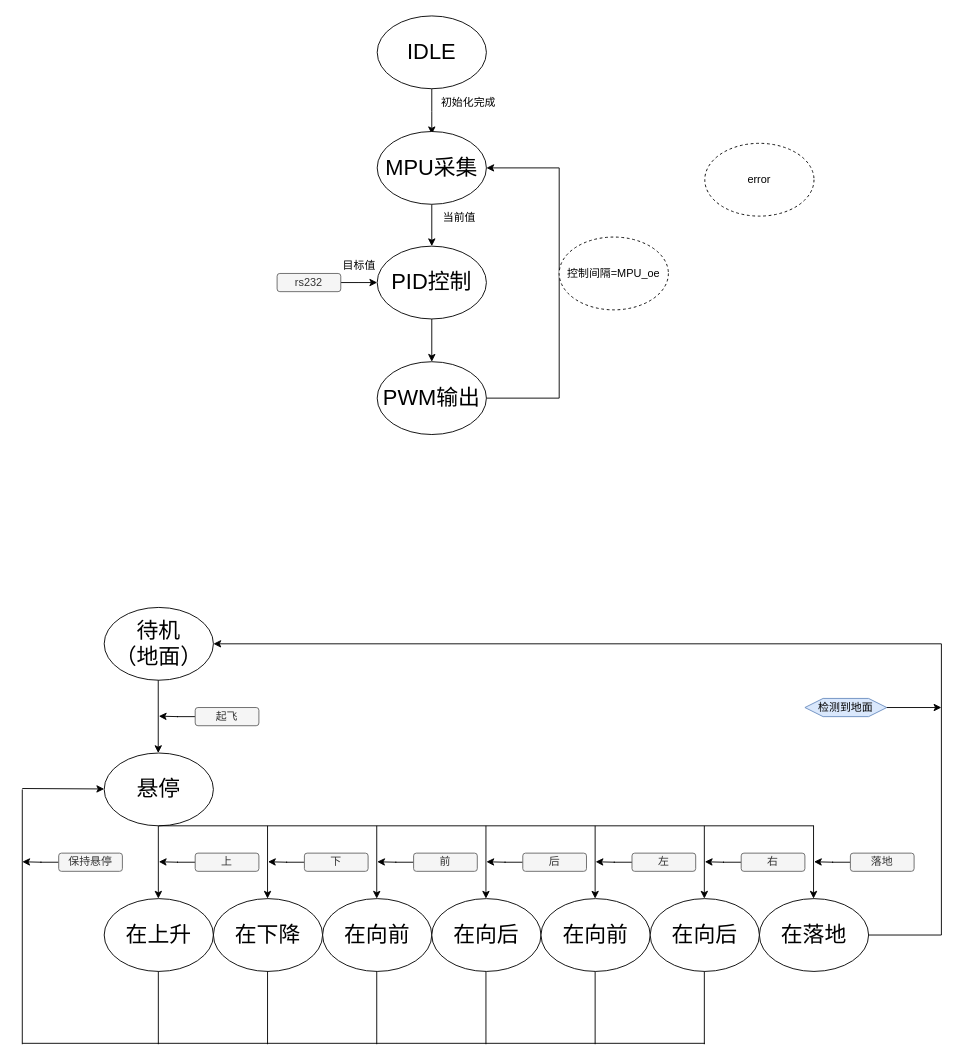
This is 设计资料/top层控制状态机设计图.drawio from MochChen/Quadcopte, a draw.io file, before an edit. Source tidied: cells renumbered, new cells numbered last; positions are measured from the earlier drawing's top-left corner, leaving out a move shared by most shapes. Both pictures are drawn from the tidied source at 91%, with x=0, y=0 at pixel (22, 15).
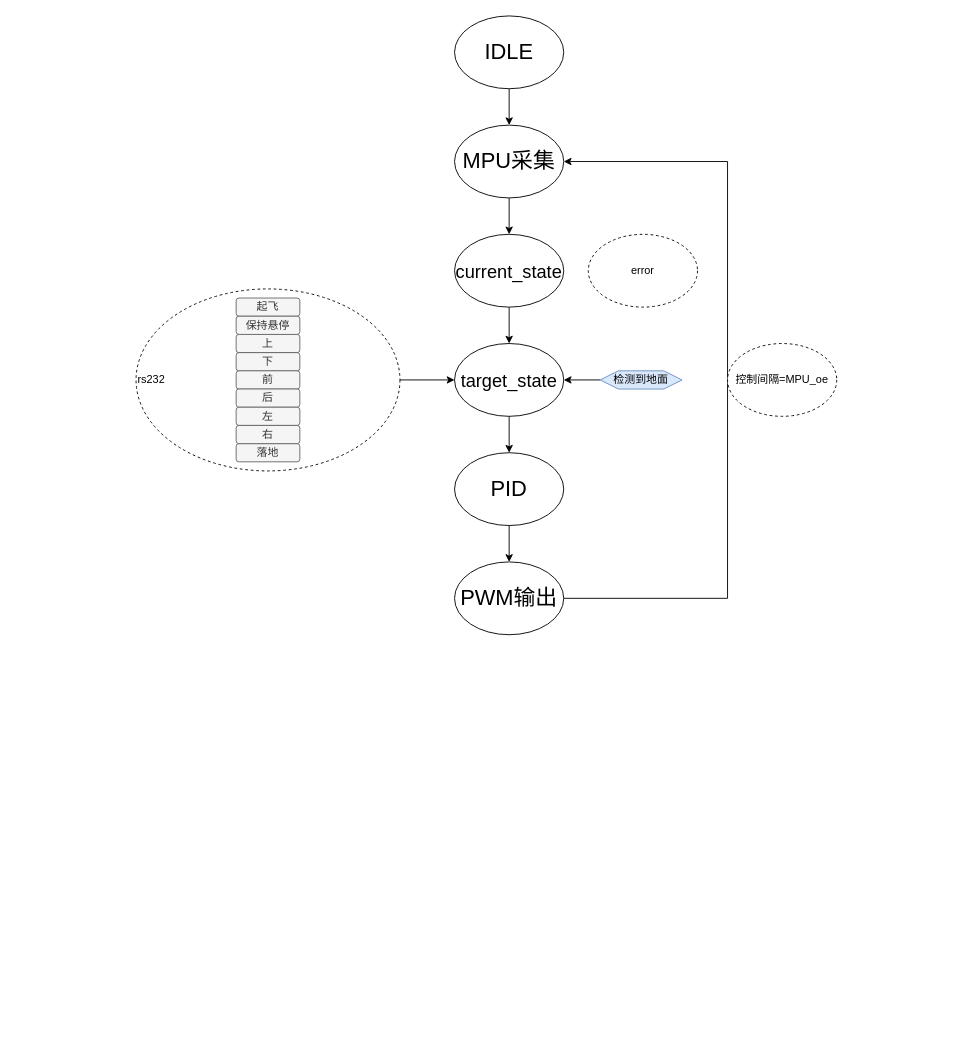
The same page after the edit.

The edit, as a diff of the source:
```diff
@@
-    <mxCell id="2" style="edgeStyle=orthogonalEdgeStyle;rounded=0;jettySize=auto;html=1;" parent="1" edge="1" source="3">
-      <mxGeometry relative="1" as="geometry">
-        <mxPoint x="450" y="130" as="targetPoint" />
-      </mxGeometry>
-    </mxCell>
+    <mxCell id="65" style="edgeStyle=orthogonalEdgeStyle;rounded=0;jettySize=auto;html=1;entryX=0;entryY=0.5;entryDx=0;entryDy=0;" parent="1" edge="1" source="64" target="71">
+      <mxGeometry relative="1" as="geometry" />
+    </mxCell>
+    <mxCell id="64" value="rs232" style="ellipse;whiteSpace=wrap;html=1;dashed=1;align=left;" parent="1" vertex="1">
+      <mxGeometry x="125" y="300" width="290" height="200" as="geometry" />
+    </mxCell>
+    <mxCell id="66" style="edgeStyle=orthogonalEdgeStyle;rounded=0;jettySize=auto;html=1;entryX=0.5;entryY=0;entryDx=0;entryDy=0;" parent="1" edge="1" source="3" target="5">
+      <mxGeometry relative="1" as="geometry" />
+    </mxCell>
     <mxCell id="3" value="IDLE" style="ellipse;whiteSpace=wrap;html=1;fontSize=24;" parent="1" vertex="1">
-      <mxGeometry x="390" width="120" height="80" as="geometry" />
+      <mxGeometry x="475" width="120" height="80" as="geometry" />
     </mxCell>
-    <mxCell id="4" style="edgeStyle=orthogonalEdgeStyle;rounded=0;jettySize=auto;html=1;exitX=0.5;exitY=1;exitDx=0;exitDy=0;" parent="1" edge="1" source="5" target="7">
-      <mxGeometry relative="1" as="geometry" />
-    </mxCell>
+    <mxCell id="67" style="edgeStyle=orthogonalEdgeStyle;rounded=0;jettySize=auto;html=1;entryX=0.5;entryY=0;entryDx=0;entryDy=0;" parent="1" edge="1" source="5" target="69">
+      <mxGeometry relative="1" as="geometry" />
+    </mxCell>
     <mxCell id="5" value="MPU采集" style="ellipse;whiteSpace=wrap;html=1;fontSize=24;" parent="1" vertex="1">
-      <mxGeometry x="390" y="127" width="120" height="80" as="geometry" />
+      <mxGeometry x="475" y="120" width="120" height="80" as="geometry" />
     </mxCell>
@@
-    <mxCell id="7" value="PID控制" style="ellipse;whiteSpace=wrap;html=1;fontSize=24;" parent="1" vertex="1">
-      <mxGeometry x="390" y="253" width="120" height="80" as="geometry" />
+    <mxCell id="7" value="PID" style="ellipse;whiteSpace=wrap;html=1;fontSize=24;" parent="1" vertex="1">
+      <mxGeometry x="475" y="480" width="120" height="80" as="geometry" />
     </mxCell>
     <mxCell id="8" style="edgeStyle=elbowEdgeStyle;rounded=0;jettySize=auto;html=1;exitX=1;exitY=0.5;exitDx=0;exitDy=0;entryX=1;entryY=0.5;entryDx=0;entryDy=0;" parent="1" edge="1" source="9" target="5">
       <mxGeometry relative="1" as="geometry">
         <Array as="points">
-          <mxPoint x="590" y="290" />
+          <mxPoint x="775" y="350" />
         </Array>
       </mxGeometry>
     </mxCell>
     <mxCell id="9" value="PWM输出" style="ellipse;whiteSpace=wrap;html=1;fontSize=24;" parent="1" vertex="1">
-      <mxGeometry x="390" y="380" width="120" height="80" as="geometry" />
+      <mxGeometry x="475" y="600" width="120" height="80" as="geometry" />
     </mxCell>
-    <mxCell id="10" value="目标值" style="text;html=1;align=center;verticalAlign=middle;strokeColor=none;fillColor=none;" parent="1" vertex="1">
-      <mxGeometry x="340" y="260" width="60" height="30" as="geometry" />
-    </mxCell>
-    <mxCell id="11" value="当前值" style="text;html=1;align=center;verticalAlign=middle;strokeColor=none;fillColor=none;" parent="1" vertex="1">
-      <mxGeometry x="450" y="207" width="60" height="30" as="geometry" />
-    </mxCell>
-    <mxCell id="12" value="初始化完成" style="text;html=1;align=center;verticalAlign=middle;strokeColor=none;fillColor=none;" parent="1" vertex="1">
-      <mxGeometry x="450" y="80" width="80" height="30" as="geometry" />
-    </mxCell>
     <mxCell id="13" value="控制间隔=MPU_oe" style="ellipse;whiteSpace=wrap;html=1;dashed=1;" parent="1" vertex="1">
-      <mxGeometry x="590" y="243" width="120" height="80" as="geometry" />
+      <mxGeometry x="775" y="360" width="120" height="80" as="geometry" />
     </mxCell>
     <mxCell id="14" value="error" style="ellipse;whiteSpace=wrap;html=1;dashed=1;" parent="1" vertex="1">
-      <mxGeometry x="750" y="140" width="120" height="80" as="geometry" />
+      <mxGeometry x="622" y="240" width="120" height="80" as="geometry" />
     </mxCell>
-    <mxCell id="15" value="待机&lt;div&gt;（地面）&lt;/div&gt;" style="ellipse;whiteSpace=wrap;html=1;fontSize=24;" parent="1" vertex="1">
-      <mxGeometry x="90" y="650" width="120" height="80" as="geometry" />
-    </mxCell>
-    <mxCell id="16" style="endArrow=classic;html=1;rounded=0;" parent="1" edge="1">
-      <mxGeometry relative="1" as="geometry">
-        <mxPoint x="149.4" y="730" as="sourcePoint" />
-        <mxPoint x="149.4" y="810" as="targetPoint" />
-      </mxGeometry>
-    </mxCell>
-    <mxCell id="17" style="edgeStyle=orthogonalEdgeStyle;rounded=0;jettySize=auto;html=1;exitX=0;exitY=0.5;exitDx=0;exitDy=0;" parent="1" edge="1" source="18">
-      <mxGeometry relative="1" as="geometry">
-        <mxPoint x="150" y="769.5" as="targetPoint" />
-      </mxGeometry>
-    </mxCell>
+    <mxCell id="68" style="edgeStyle=orthogonalEdgeStyle;rounded=0;jettySize=auto;html=1;entryX=0.5;entryY=0;entryDx=0;entryDy=0;" parent="1" edge="1" source="69" target="71">
+      <mxGeometry relative="1" as="geometry" />
+    </mxCell>
+    <mxCell id="69" value="current_state" style="ellipse;whiteSpace=wrap;html=1;fontSize=20;" parent="1" vertex="1">
+      <mxGeometry x="475" y="240" width="120" height="80" as="geometry" />
+    </mxCell>
+    <mxCell id="70" style="edgeStyle=orthogonalEdgeStyle;rounded=0;jettySize=auto;html=1;entryX=1;entryY=0.5;entryDx=0;entryDy=0;" parent="1" edge="1" source="61" target="71">
+      <mxGeometry relative="1" as="geometry" />
+    </mxCell>
+    <mxCell id="61" value="检测到地面" style="shape=hexagon;perimeter=hexagonPerimeter2;whiteSpace=wrap;html=1;fixedSize=1;fillColor=#dae8fc;strokeColor=#6c8ebf;" parent="1" vertex="1">
+      <mxGeometry x="635" y="390" width="90" height="20" as="geometry" />
+    </mxCell>
     <mxCell id="18" value="起飞" style="rounded=1;whiteSpace=wrap;html=1;fillColor=#f5f5f5;strokeColor=#666666;fontColor=#333333;" parent="1" vertex="1">
-      <mxGeometry x="190" y="760" width="70" height="20" as="geometry" />
+      <mxGeometry x="235" y="310" width="70" height="20" as="geometry" />
     </mxCell>
-    <mxCell id="19" value="悬停" style="ellipse;whiteSpace=wrap;html=1;fontSize=24;" parent="1" vertex="1">
-      <mxGeometry x="90" y="810" width="120" height="80" as="geometry" />
-    </mxCell>
-    <mxCell id="20" style="endArrow=classic;html=1;rounded=0;" parent="1" edge="1">
-      <mxGeometry relative="1" as="geometry">
-        <mxPoint x="149.5" y="890" as="sourcePoint" />
-        <mxPoint x="149.5" y="970" as="targetPoint" />
-      </mxGeometry>
-    </mxCell>
-    <mxCell id="21" value="在上升" style="ellipse;whiteSpace=wrap;html=1;fontSize=24;" parent="1" vertex="1">
-      <mxGeometry x="90" y="970" width="120" height="80" as="geometry" />
-    </mxCell>
-    <mxCell id="22" style="edgeStyle=orthogonalEdgeStyle;rounded=0;jettySize=auto;html=1;exitX=0;exitY=0.5;exitDx=0;exitDy=0;" parent="1" edge="1" source="23">
-      <mxGeometry relative="1" as="geometry">
-        <mxPoint x="150" y="929.5" as="targetPoint" />
-      </mxGeometry>
-    </mxCell>
+    <mxCell id="71" value="target_state" style="ellipse;whiteSpace=wrap;html=1;fontSize=20;" parent="1" vertex="1">
+      <mxGeometry x="475" y="360" width="120" height="80" as="geometry" />
+    </mxCell>
     <mxCell id="23" value="上" style="rounded=1;whiteSpace=wrap;html=1;fillColor=#f5f5f5;strokeColor=#666666;fontColor=#333333;" parent="1" vertex="1">
-      <mxGeometry x="190" y="920" width="70" height="20" as="geometry" />
+      <mxGeometry x="235" y="350" width="70" height="20" as="geometry" />
     </mxCell>
-    <mxCell id="24" style="endArrow=none;html=1;rounded=0;" parent="1" edge="1">
-      <mxGeometry relative="1" as="geometry">
-        <mxPoint x="150" y="890" as="sourcePoint" />
-        <mxPoint x="870" y="890" as="targetPoint" />
-      </mxGeometry>
-    </mxCell>
-    <mxCell id="25" style="endArrow=classic;html=1;rounded=0;" parent="1" edge="1">
-      <mxGeometry relative="1" as="geometry">
-        <mxPoint x="269.5" y="890" as="sourcePoint" />
-        <mxPoint x="269.5" y="970" as="targetPoint" />
-      </mxGeometry>
-    </mxCell>
-    <mxCell id="26" value="在下降" style="ellipse;whiteSpace=wrap;html=1;fontSize=24;" parent="1" vertex="1">
-      <mxGeometry x="210" y="970" width="120" height="80" as="geometry" />
-    </mxCell>
-    <mxCell id="27" style="edgeStyle=orthogonalEdgeStyle;rounded=0;jettySize=auto;html=1;exitX=0;exitY=0.5;exitDx=0;exitDy=0;" parent="1" edge="1" source="28">
-      <mxGeometry relative="1" as="geometry">
-        <mxPoint x="270" y="929.5" as="targetPoint" />
-      </mxGeometry>
-    </mxCell>
     <mxCell id="28" value="下" style="rounded=1;whiteSpace=wrap;html=1;fillColor=#f5f5f5;strokeColor=#666666;fontColor=#333333;" parent="1" vertex="1">
-      <mxGeometry x="310" y="920" width="70" height="20" as="geometry" />
+      <mxGeometry x="235" y="370" width="70" height="20" as="geometry" />
     </mxCell>
-    <mxCell id="29" style="endArrow=classic;html=1;rounded=0;" parent="1" edge="1">
-      <mxGeometry relative="1" as="geometry">
-        <mxPoint x="389.5" y="890" as="sourcePoint" />
-        <mxPoint x="389.5" y="970" as="targetPoint" />
-      </mxGeometry>
-    </mxCell>
-    <mxCell id="30" value="在向前" style="ellipse;whiteSpace=wrap;html=1;fontSize=24;" parent="1" vertex="1">
-      <mxGeometry x="330" y="970" width="120" height="80" as="geometry" />
-    </mxCell>
-    <mxCell id="31" style="edgeStyle=orthogonalEdgeStyle;rounded=0;jettySize=auto;html=1;exitX=0;exitY=0.5;exitDx=0;exitDy=0;" parent="1" edge="1" source="32">
-      <mxGeometry relative="1" as="geometry">
-        <mxPoint x="390" y="929.5" as="targetPoint" />
-      </mxGeometry>
-    </mxCell>
     <mxCell id="32" value="前" style="rounded=1;whiteSpace=wrap;html=1;fillColor=#f5f5f5;strokeColor=#666666;fontColor=#333333;" parent="1" vertex="1">
-      <mxGeometry x="430" y="920" width="70" height="20" as="geometry" />
+      <mxGeometry x="235" y="390" width="70" height="20" as="geometry" />
     </mxCell>
-    <mxCell id="33" style="endArrow=classic;html=1;rounded=0;" parent="1" edge="1">
-      <mxGeometry relative="1" as="geometry">
-        <mxPoint x="509.5" y="890" as="sourcePoint" />
-        <mxPoint x="509.5" y="970" as="targetPoint" />
-      </mxGeometry>
-    </mxCell>
-    <mxCell id="34" value="在向后" style="ellipse;whiteSpace=wrap;html=1;fontSize=24;" parent="1" vertex="1">
-      <mxGeometry x="450" y="970" width="120" height="80" as="geometry" />
-    </mxCell>
-    <mxCell id="35" style="edgeStyle=orthogonalEdgeStyle;rounded=0;jettySize=auto;html=1;exitX=0;exitY=0.5;exitDx=0;exitDy=0;" parent="1" edge="1" source="36">
-      <mxGeometry relative="1" as="geometry">
-        <mxPoint x="510" y="929.5" as="targetPoint" />
-      </mxGeometry>
-    </mxCell>
     <mxCell id="36" value="后" style="rounded=1;whiteSpace=wrap;html=1;fillColor=#f5f5f5;strokeColor=#666666;fontColor=#333333;" parent="1" vertex="1">
-      <mxGeometry x="550" y="920" width="70" height="20" as="geometry" />
+      <mxGeometry x="235" y="410" width="70" height="20" as="geometry" />
     </mxCell>
-    <mxCell id="37" style="endArrow=classic;html=1;rounded=0;" parent="1" edge="1">
-      <mxGeometry relative="1" as="geometry">
-        <mxPoint x="869.5" y="890" as="sourcePoint" />
-        <mxPoint x="869.5" y="970" as="targetPoint" />
-      </mxGeometry>
-    </mxCell>
-    <mxCell id="38" style="edgeStyle=elbowEdgeStyle;rounded=0;jettySize=auto;html=1;entryX=1;entryY=0.5;entryDx=0;entryDy=0;" parent="1" edge="1" source="39" target="15">
-      <mxGeometry relative="1" as="geometry">
-        <Array as="points">
-          <mxPoint x="1010" y="840" />
-          <mxPoint x="800" y="840" />
-        </Array>
-      </mxGeometry>
-    </mxCell>
-    <mxCell id="39" value="在落地" style="ellipse;whiteSpace=wrap;html=1;fontSize=24;" parent="1" vertex="1">
-      <mxGeometry x="810" y="970" width="120" height="80" as="geometry" />
-    </mxCell>
-    <mxCell id="40" style="edgeStyle=orthogonalEdgeStyle;rounded=0;jettySize=auto;html=1;exitX=0;exitY=0.5;exitDx=0;exitDy=0;" parent="1" edge="1" source="41">
-      <mxGeometry relative="1" as="geometry">
-        <mxPoint x="870" y="929.5" as="targetPoint" />
-      </mxGeometry>
-    </mxCell>
     <mxCell id="41" value="落地" style="rounded=1;whiteSpace=wrap;html=1;fillColor=#f5f5f5;strokeColor=#666666;fontColor=#333333;" parent="1" vertex="1">
-      <mxGeometry x="910" y="920" width="70" height="20" as="geometry" />
+      <mxGeometry x="235" y="470" width="70" height="20" as="geometry" />
     </mxCell>
-    <mxCell id="42" style="endArrow=none;html=1;rounded=0;" parent="1" edge="1">
-      <mxGeometry relative="1" as="geometry">
-        <mxPoint y="1129" as="sourcePoint" />
-        <mxPoint x="750" y="1129" as="targetPoint" />
-      </mxGeometry>
-    </mxCell>
-    <mxCell id="43" style="endArrow=none;html=1;rounded=0;endFill=0;" parent="1" edge="1">
-      <mxGeometry relative="1" as="geometry">
-        <mxPoint x="509.5" y="1050" as="sourcePoint" />
-        <mxPoint x="509.5" y="1130" as="targetPoint" />
-      </mxGeometry>
-    </mxCell>
-    <mxCell id="44" style="endArrow=none;html=1;rounded=0;endFill=0;" parent="1" edge="1">
-      <mxGeometry relative="1" as="geometry">
-        <mxPoint x="389.5" y="1050" as="sourcePoint" />
-        <mxPoint x="389.5" y="1130" as="targetPoint" />
-      </mxGeometry>
-    </mxCell>
-    <mxCell id="45" style="endArrow=none;html=1;rounded=0;endFill=0;" parent="1" edge="1">
-      <mxGeometry relative="1" as="geometry">
-        <mxPoint x="269.5" y="1050" as="sourcePoint" />
-        <mxPoint x="269.5" y="1130" as="targetPoint" />
-      </mxGeometry>
-    </mxCell>
-    <mxCell id="46" style="endArrow=none;html=1;rounded=0;endFill=0;" parent="1" edge="1">
-      <mxGeometry relative="1" as="geometry">
-        <mxPoint x="149.5" y="1050" as="sourcePoint" />
-        <mxPoint x="149.5" y="1130" as="targetPoint" />
-      </mxGeometry>
-    </mxCell>
-    <mxCell id="47" style="endArrow=classic;html=1;rounded=0;" parent="1" edge="1">
-      <mxGeometry relative="1" as="geometry">
-        <mxPoint y="849" as="sourcePoint" />
-        <mxPoint x="90" y="849.5" as="targetPoint" />
-      </mxGeometry>
-    </mxCell>
-    <mxCell id="48" style="endArrow=none;html=1;rounded=0;" parent="1" edge="1">
-      <mxGeometry relative="1" as="geometry">
-        <mxPoint y="1130" as="sourcePoint" />
-        <mxPoint y="850" as="targetPoint" />
-      </mxGeometry>
-    </mxCell>
-    <mxCell id="49" style="edgeStyle=orthogonalEdgeStyle;rounded=0;jettySize=auto;html=1;exitX=0;exitY=0.5;exitDx=0;exitDy=0;" parent="1" edge="1" source="50">
-      <mxGeometry relative="1" as="geometry">
-        <mxPoint y="929.5" as="targetPoint" />
-      </mxGeometry>
-    </mxCell>
     <mxCell id="50" value="保持悬停" style="rounded=1;whiteSpace=wrap;html=1;fillColor=#f5f5f5;strokeColor=#666666;fontColor=#333333;" parent="1" vertex="1">
-      <mxGeometry x="40" y="920" width="70" height="20" as="geometry" />
+      <mxGeometry x="235" y="330" width="70" height="20" as="geometry" />
     </mxCell>
-    <mxCell id="51" style="endArrow=classic;html=1;rounded=0;" parent="1" edge="1">
-      <mxGeometry relative="1" as="geometry">
-        <mxPoint x="629.5" y="890" as="sourcePoint" />
-        <mxPoint x="629.5" y="970" as="targetPoint" />
-      </mxGeometry>
-    </mxCell>
-    <mxCell id="52" value="在向前" style="ellipse;whiteSpace=wrap;html=1;fontSize=24;" parent="1" vertex="1">
-      <mxGeometry x="570" y="970" width="120" height="80" as="geometry" />
-    </mxCell>
-    <mxCell id="53" style="edgeStyle=orthogonalEdgeStyle;rounded=0;jettySize=auto;html=1;exitX=0;exitY=0.5;exitDx=0;exitDy=0;" parent="1" edge="1" source="54">
-      <mxGeometry relative="1" as="geometry">
-        <mxPoint x="630" y="929.5" as="targetPoint" />
-      </mxGeometry>
-    </mxCell>
     <mxCell id="54" value="左" style="rounded=1;whiteSpace=wrap;html=1;fillColor=#f5f5f5;strokeColor=#666666;fontColor=#333333;" parent="1" vertex="1">
-      <mxGeometry x="670" y="920" width="70" height="20" as="geometry" />
+      <mxGeometry x="235" y="430" width="70" height="20" as="geometry" />
     </mxCell>
-    <mxCell id="55" style="endArrow=classic;html=1;rounded=0;" parent="1" edge="1">
-      <mxGeometry relative="1" as="geometry">
-        <mxPoint x="749.5" y="890" as="sourcePoint" />
-        <mxPoint x="749.5" y="970" as="targetPoint" />
-      </mxGeometry>
-    </mxCell>
-    <mxCell id="56" value="在向后" style="ellipse;whiteSpace=wrap;html=1;fontSize=24;" parent="1" vertex="1">
-      <mxGeometry x="690" y="970" width="120" height="80" as="geometry" />
-    </mxCell>
-    <mxCell id="57" style="edgeStyle=orthogonalEdgeStyle;rounded=0;jettySize=auto;html=1;exitX=0;exitY=0.5;exitDx=0;exitDy=0;" parent="1" edge="1" source="58">
-      <mxGeometry relative="1" as="geometry">
-        <mxPoint x="750" y="929.5" as="targetPoint" />
-      </mxGeometry>
-    </mxCell>
     <mxCell id="58" value="右" style="rounded=1;whiteSpace=wrap;html=1;fillColor=#f5f5f5;strokeColor=#666666;fontColor=#333333;" parent="1" vertex="1">
-      <mxGeometry x="790" y="920" width="70" height="20" as="geometry" />
+      <mxGeometry x="235" y="450" width="70" height="20" as="geometry" />
     </mxCell>
-    <mxCell id="59" style="endArrow=none;html=1;rounded=0;endFill=0;" parent="1" edge="1">
-      <mxGeometry relative="1" as="geometry">
-        <mxPoint x="629.5" y="1050" as="sourcePoint" />
-        <mxPoint x="629.5" y="1130" as="targetPoint" />
-      </mxGeometry>
-    </mxCell>
-    <mxCell id="60" style="endArrow=none;html=1;rounded=0;endFill=0;" parent="1" edge="1">
-      <mxGeometry relative="1" as="geometry">
-        <mxPoint x="749.5" y="1050" as="sourcePoint" />
-        <mxPoint x="749.5" y="1130" as="targetPoint" />
-      </mxGeometry>
-    </mxCell>
-    <mxCell id="61" value="检测到地面" style="shape=hexagon;perimeter=hexagonPerimeter2;whiteSpace=wrap;html=1;fixedSize=1;fillColor=#dae8fc;strokeColor=#6c8ebf;" parent="1" vertex="1">
-      <mxGeometry x="860" y="750" width="90" height="20" as="geometry" />
-    </mxCell>
-    <mxCell id="62" style="endArrow=classic;html=1;rounded=0;exitX=1;exitY=0.5;exitDx=0;exitDy=0;" parent="1" edge="1" source="61">
-      <mxGeometry relative="1" as="geometry">
-        <mxPoint x="1010" y="760" as="targetPoint" />
-      </mxGeometry>
-    </mxCell>
-    <mxCell id="63" style="edgeStyle=orthogonalEdgeStyle;rounded=0;jettySize=auto;html=1;" parent="1" edge="1" source="64">
-      <mxGeometry relative="1" as="geometry">
-        <mxPoint x="390" y="293" as="targetPoint" />
-      </mxGeometry>
-    </mxCell>
-    <mxCell id="64" value="rs232" style="rounded=1;whiteSpace=wrap;html=1;fillColor=#f5f5f5;strokeColor=#666666;fontColor=#333333;" parent="1" vertex="1">
-      <mxGeometry x="280" y="283" width="70" height="20" as="geometry" />
-    </mxCell>
+    <mxCell id="72" style="edgeStyle=orthogonalEdgeStyle;rounded=0;jettySize=auto;html=1;entryX=0.5;entryY=0;entryDx=0;entryDy=0;" parent="1" edge="1" source="71" target="7">
+      <mxGeometry relative="1" as="geometry" />
+    </mxCell>
```
